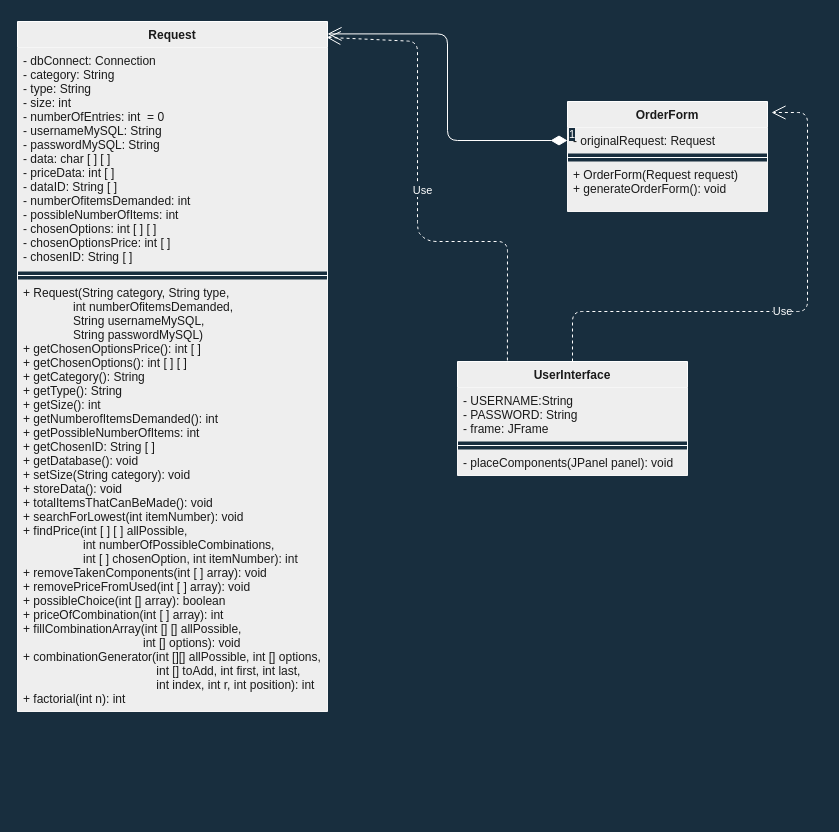
Before: UML.drawio in Hahkobeh/ENSF409-Final-Project, a draw.io diagram. Source tidied: cells renumbered, new cells numbered last; positions are measured from the earlier drawing's top-left corner, leaving out a move shared by most shapes. Both pictures are drawn from the tidied source at 100%, with x=0, y=0 at pixel (17, 21).
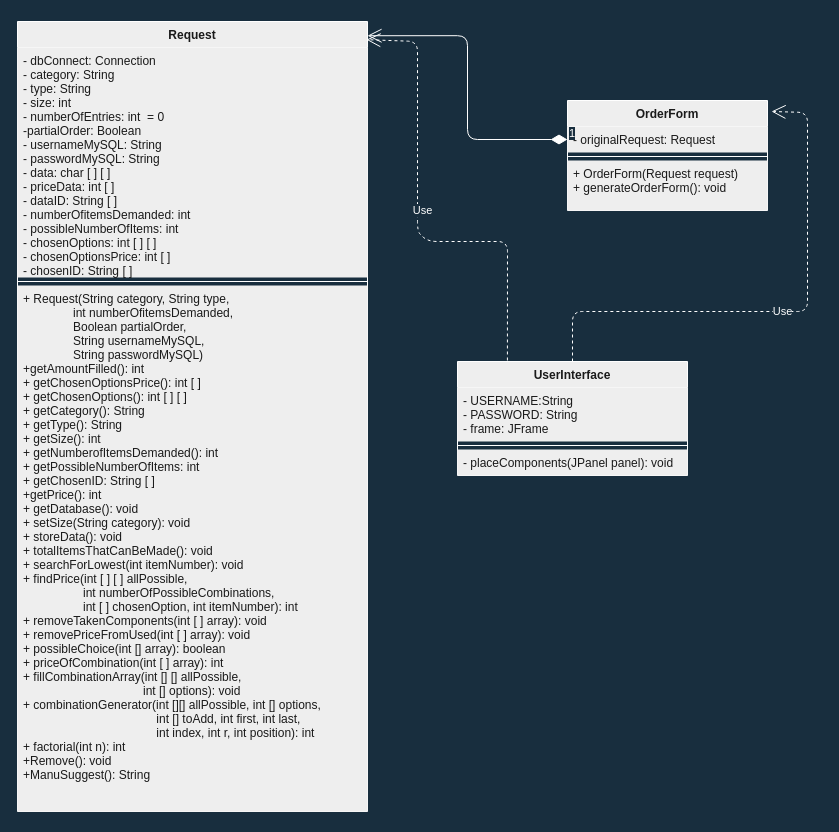
The same diagram, later.

Diff of the diagram source:
```diff
@@
     <mxCell id="2" value="Request" style="swimlane;fontStyle=1;align=center;verticalAlign=top;horizontal=1;startSize=26;fillColor=#EEEEEE;strokeColor=#FFFFFF;fontColor=#1A1A1A;" parent="1" vertex="1">
-      <mxGeometry width="310" height="690" as="geometry" />
+      <mxGeometry width="350" height="790" as="geometry" />
     </mxCell>
-    <mxCell id="3" value="- dbConnect: Connection&#10;- category: String&#10;- type: String&#10;- size: int&#10;- numberOfEntries: int  = 0&#10;- usernameMySQL: String&#10;- passwordMySQL: String&#10;- data: char [ ] [ ]&#10;- priceData: int [ ]&#10;- dataID: String [ ] &#10;- numberOfitemsDemanded: int&#10;- possibleNumberOfItems: int&#10;- chosenOptions: int [ ] [ ]&#10;- chosenOptionsPrice: int [ ] &#10;- chosenID: String [ ]" style="text;align=left;verticalAlign=top;spacingLeft=4;spacingRight=4;overflow=hidden;fillColor=#EEEEEE;fontColor=#1A1A1A;" parent="2" vertex="1">
-      <mxGeometry y="26" width="310" height="224" as="geometry" />
+    <mxCell id="3" value="- dbConnect: Connection&#10;- category: String&#10;- type: String&#10;- size: int&#10;- numberOfEntries: int  = 0&#10;-partialOrder: Boolean&#10;- usernameMySQL: String&#10;- passwordMySQL: String&#10;- data: char [ ] [ ]&#10;- priceData: int [ ]&#10;- dataID: String [ ] &#10;- numberOfitemsDemanded: int&#10;- possibleNumberOfItems: int&#10;- chosenOptions: int [ ] [ ]&#10;- chosenOptionsPrice: int [ ] &#10;- chosenID: String [ ]" style="text;align=left;verticalAlign=top;spacingLeft=4;spacingRight=4;overflow=hidden;fillColor=#EEEEEE;fontColor=#1A1A1A;" parent="2" vertex="1">
+      <mxGeometry y="26" width="350" height="230" as="geometry" />
     </mxCell>
     <mxCell id="4" style="line;strokeWidth=1;fillColor=none;align=left;verticalAlign=middle;spacingTop=-1;spacingLeft=3;spacingRight=3;labelPosition=right;labelBackgroundColor=#182E3E;strokeColor=#FFFFFF;fontColor=#1A1A1A;" parent="2" vertex="1">
-      <mxGeometry y="250" width="310" height="8" as="geometry" />
+      <mxGeometry y="256" width="350" height="8" as="geometry" />
     </mxCell>
-    <mxCell id="5" value="+ Request(String category, String type, &#10;               int numberOfitemsDemanded, &#10;               String usernameMySQL, &#10;               String passwordMySQL)&#10;+ getChosenOptionsPrice(): int [ ]&#10;+ getChosenOptions(): int [ ] [ ]&#10;+ getCategory(): String&#10;+ getType(): String&#10;+ getSize(): int &#10;+ getNumberofItemsDemanded(): int&#10;+ getPossibleNumberOfItems: int&#10;+ getChosenID: String [ ]&#10;+ getDatabase(): void&#10;+ setSize(String category): void&#10;+ storeData(): void&#10;+ totalItemsThatCanBeMade(): void&#10;+ searchForLowest(int itemNumber): void&#10;+ findPrice(int [ ] [ ] allPossible, &#10;                  int numberOfPossibleCombinations,&#10;                  int [ ] chosenOption, int itemNumber): int&#10;+ removeTakenComponents(int [ ] array): void&#10;+ removePriceFromUsed(int [ ] array): void&#10;+ possibleChoice(int [] array): boolean&#10;+ priceOfCombination(int [ ] array): int&#10;+ fillCombinationArray(int [] [] allPossible, &#10;                                    int [] options): void&#10;+ combinationGenerator(int [][] allPossible, int [] options,&#10;                                        int [] toAdd, int first, int last,&#10;                                        int index, int r, int position): int&#10;+ factorial(int n): int&#10;" style="text;strokeColor=none;align=left;verticalAlign=top;spacingLeft=4;spacingRight=4;overflow=hidden;fillColor=#EEEEEE;fontColor=#1A1A1A;" parent="2" vertex="1">
-      <mxGeometry y="258" width="310" height="432" as="geometry" />
+    <mxCell id="5" value="+ Request(String category, String type,  &#10;               int numberOfitemsDemanded, &#10;               Boolean partialOrder,&#10;               String usernameMySQL, &#10;               String passwordMySQL)&#10;+getAmountFilled(): int&#10;+ getChosenOptionsPrice(): int [ ]&#10;+ getChosenOptions(): int [ ] [ ]&#10;+ getCategory(): String&#10;+ getType(): String&#10;+ getSize(): int &#10;+ getNumberofItemsDemanded(): int&#10;+ getPossibleNumberOfItems: int&#10;+ getChosenID: String [ ]&#10;+getPrice(): int&#10;+ getDatabase(): void&#10;+ setSize(String category): void&#10;+ storeData(): void&#10;+ totalItemsThatCanBeMade(): void&#10;+ searchForLowest(int itemNumber): void&#10;+ findPrice(int [ ] [ ] allPossible, &#10;                  int numberOfPossibleCombinations,&#10;                  int [ ] chosenOption, int itemNumber): int&#10;+ removeTakenComponents(int [ ] array): void&#10;+ removePriceFromUsed(int [ ] array): void&#10;+ possibleChoice(int [] array): boolean&#10;+ priceOfCombination(int [ ] array): int&#10;+ fillCombinationArray(int [] [] allPossible, &#10;                                    int [] options): void&#10;+ combinationGenerator(int [][] allPossible, int [] options,&#10;                                        int [] toAdd, int first, int last,&#10;                                        int index, int r, int position): int&#10;+ factorial(int n): int&#10;+Remove(): void&#10;+ManuSuggest(): String&#10;&#10;" style="text;strokeColor=none;align=left;verticalAlign=top;spacingLeft=4;spacingRight=4;overflow=hidden;fillColor=#EEEEEE;fontColor=#1A1A1A;" parent="2" vertex="1">
+      <mxGeometry y="264" width="350" height="526" as="geometry" />
     </mxCell>
     <mxCell id="6" value="OrderForm" style="swimlane;fontStyle=1;align=center;verticalAlign=top;horizontal=1;startSize=26;fillColor=#EEEEEE;strokeColor=#FFFFFF;fontColor=#1A1A1A;" parent="1" vertex="1">
-      <mxGeometry x="550" y="80" width="200" height="110" as="geometry" />
+      <mxGeometry x="550" y="79" width="200" height="110" as="geometry" />
     </mxCell>
```
